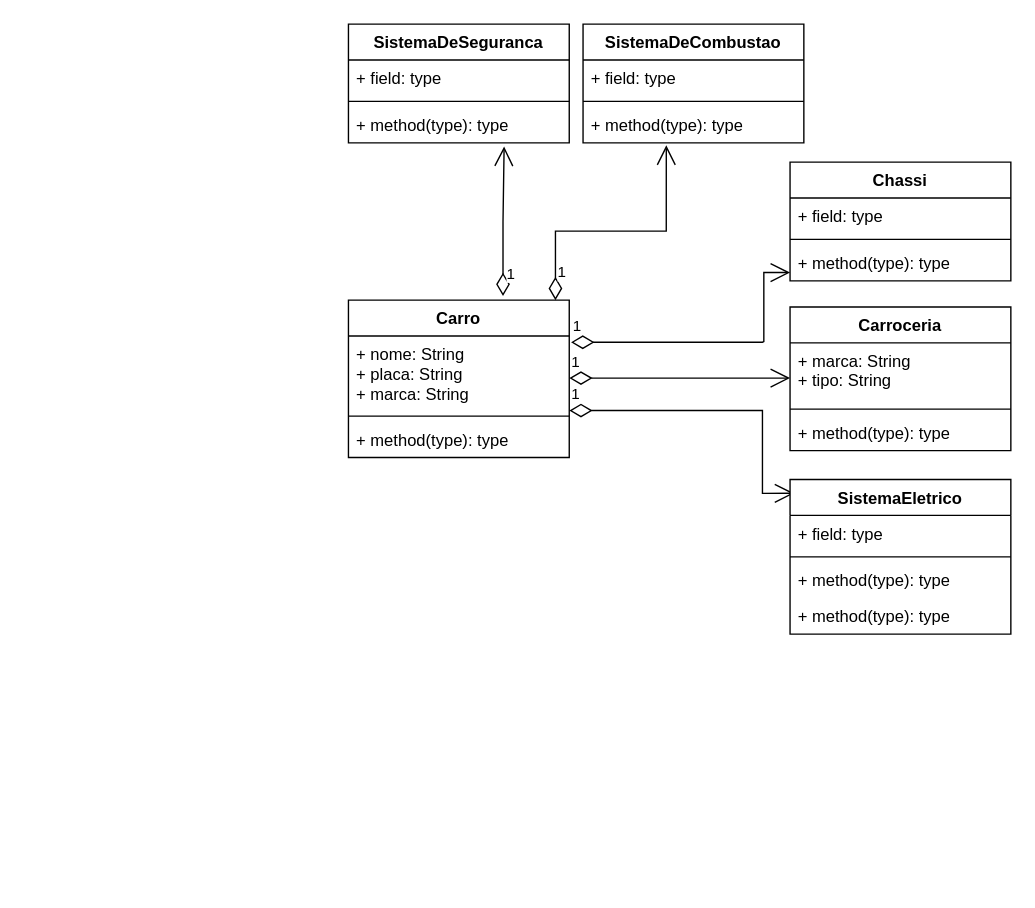
The draw.io diagram Aula_02/Exercicios/ex002.drawio in Gabi-r7/Programacao_1_Cpp, before the edit. Source tidied: cells renumbered, new cells numbered last; positions are measured from the earlier drawing's top-left corner, leaving out a move shared by most shapes. Both pictures are drawn from the tidied source at 138%, with x=0, y=0 at pixel (348, 23).
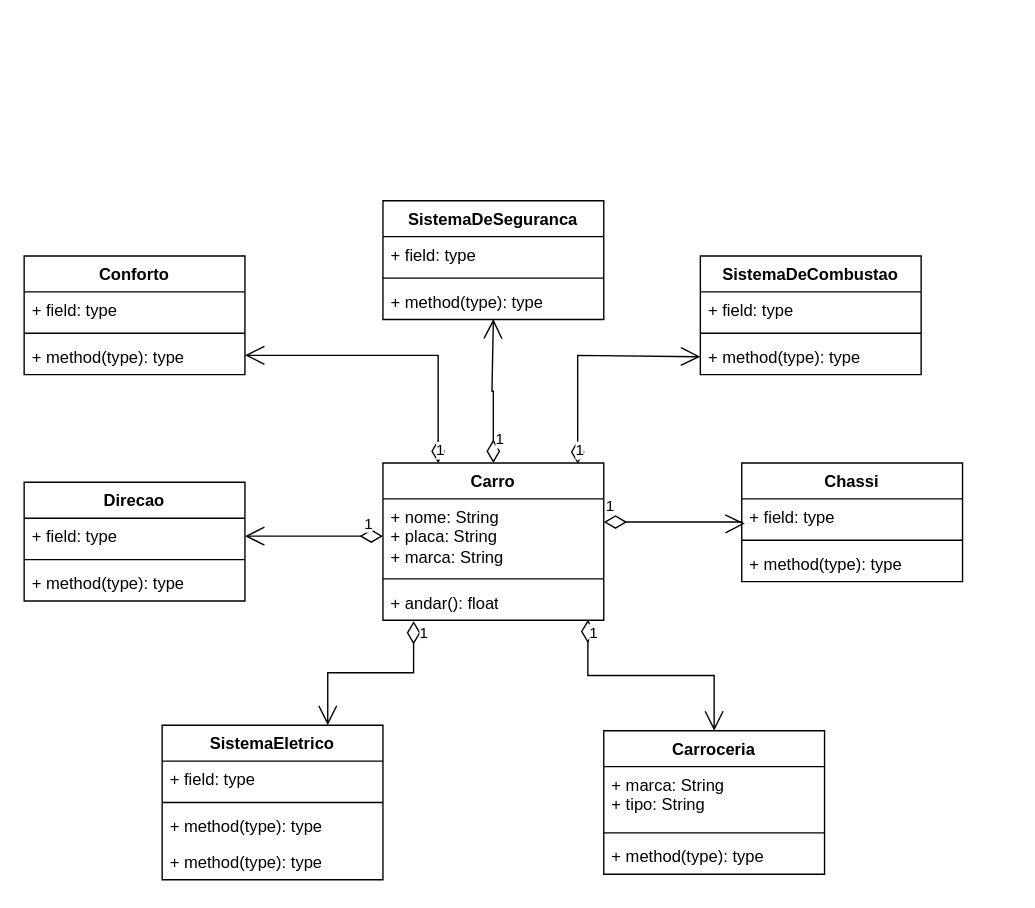
Above is the later version.

Unchanged cells that the change refers to:
```xml
<mxCell id="3" value="+ nome: String&lt;div&gt;+ placa: String&lt;/div&gt;&lt;div&gt;+ marca: String&lt;/div&gt;" style="text;strokeColor=none;fillColor=none;align=left;verticalAlign=top;spacingLeft=4;spacingRight=4;overflow=hidden;points=[[0,0.5],[1,0.5]];portConstraint=eastwest;whiteSpace=wrap;html=1;" parent="2" vertex="1">
  <mxGeometry y="26" width="160" height="54" as="geometry" />
</mxCell>
<mxCell id="19" value="+ field: type" style="text;strokeColor=none;fillColor=none;align=left;verticalAlign=top;spacingLeft=4;spacingRight=4;overflow=hidden;points=[[0,0.5],[1,0.5]];portConstraint=eastwest;whiteSpace=wrap;html=1;" parent="18" vertex="1">
  <mxGeometry y="26" width="160" height="26" as="geometry" />
</mxCell>
<mxCell id="26" value="+ method(type): type" style="text;strokeColor=none;fillColor=none;align=left;verticalAlign=top;spacingLeft=4;spacingRight=4;overflow=hidden;points=[[0,0.5],[1,0.5]];portConstraint=eastwest;whiteSpace=wrap;html=1;" parent="23" vertex="1">
  <mxGeometry y="60" width="160" height="26" as="geometry" />
</mxCell>
<mxCell id="30" value="+ method(type): type" style="text;strokeColor=none;fillColor=none;align=left;verticalAlign=top;spacingLeft=4;spacingRight=4;overflow=hidden;points=[[0,0.5],[1,0.5]];portConstraint=eastwest;whiteSpace=wrap;html=1;" parent="27" vertex="1">
  <mxGeometry y="60" width="160" height="26" as="geometry" />
</mxCell>
```

Diff of the diagram source:
```diff
@@
     <mxCell id="2" value="Carro" style="swimlane;fontStyle=1;align=center;verticalAlign=top;horizontal=1;startSize=26;whiteSpace=wrap;html=1;" parent="1" vertex="1">
-      <mxGeometry y="200" width="160" height="114" as="geometry" />
+      <mxGeometry x="25" y="318" width="160" height="114" as="geometry" />
     </mxCell>
@@
-    <mxCell id="5" value="+ method(type): type" style="text;strokeColor=none;fillColor=none;align=left;verticalAlign=top;spacingLeft=4;spacingRight=4;overflow=hidden;points=[[0,0.5],[1,0.5]];portConstraint=eastwest;whiteSpace=wrap;html=1;" parent="2" vertex="1">
+    <mxCell id="5" value="+ andar(): float" style="text;strokeColor=none;fillColor=none;align=left;verticalAlign=top;spacingLeft=4;spacingRight=4;overflow=hidden;points=[[0,0.5],[1,0.5]];portConstraint=eastwest;whiteSpace=wrap;html=1;" parent="2" vertex="1">
       <mxGeometry y="88" width="160" height="26" as="geometry" />
     </mxCell>
-    <mxCell id="6" value="1" style="endArrow=open;html=1;endSize=12;startArrow=diamondThin;startSize=14;startFill=0;edgeStyle=orthogonalEdgeStyle;align=left;verticalAlign=bottom;rounded=0;" parent="1" edge="1">
-      <mxGeometry x="-1" y="3" relative="1" as="geometry">
-        <mxPoint x="160" y="256.5" as="sourcePoint" />
-        <mxPoint x="320" y="256.5" as="targetPoint" />
-      </mxGeometry>
-    </mxCell>
     <mxCell id="7" value="Carroceria" style="swimlane;fontStyle=1;align=center;verticalAlign=top;horizontal=1;startSize=26;whiteSpace=wrap;html=1;" parent="1" vertex="1">
-      <mxGeometry x="320" y="205" width="160" height="104" as="geometry" />
+      <mxGeometry x="185" y="512" width="160" height="104" as="geometry" />
     </mxCell>
@@
-    <mxCell id="11" value="1" style="endArrow=open;html=1;endSize=12;startArrow=diamondThin;startSize=14;startFill=0;edgeStyle=orthogonalEdgeStyle;align=left;verticalAlign=bottom;rounded=0;exitX=1.006;exitY=-0.038;exitDx=0;exitDy=0;exitPerimeter=0;entryX=0.019;entryY=0.089;entryDx=0;entryDy=0;entryPerimeter=0;" parent="1" edge="1" target="12">
-      <mxGeometry x="-1" y="3" relative="1" as="geometry">
-        <mxPoint x="160" y="280" as="sourcePoint" />
-        <Array as="points">
-          <mxPoint x="300" y="280" />
-          <mxPoint x="300" y="340" />
-        </Array>
-      </mxGeometry>
-    </mxCell>
     <mxCell id="12" value="SistemaEletrico" style="swimlane;fontStyle=1;align=center;verticalAlign=top;horizontal=1;startSize=26;whiteSpace=wrap;html=1;" parent="1" vertex="1">
-      <mxGeometry x="320" y="330" width="160" height="112" as="geometry" />
+      <mxGeometry x="-135" y="508" width="160" height="112" as="geometry" />
     </mxCell>
@@
-    <mxCell id="17" value="1" style="endArrow=open;html=1;endSize=12;startArrow=diamondThin;startSize=14;startFill=0;edgeStyle=orthogonalEdgeStyle;align=left;verticalAlign=bottom;rounded=0;entryX=-0.008;entryY=-0.019;entryDx=0;entryDy=0;entryPerimeter=0;" parent="1" edge="1">
-      <mxGeometry x="-1" y="3" relative="1" as="geometry">
-        <mxPoint x="161.3" y="230.5" as="sourcePoint" />
-        <mxPoint x="320" y="180" as="targetPoint" />
-        <Array as="points">
-          <mxPoint x="300" y="231" />
-          <mxPoint x="301" y="230" />
-          <mxPoint x="301" y="180" />
-        </Array>
-      </mxGeometry>
-    </mxCell>
     <mxCell id="18" value="Chassi" style="swimlane;fontStyle=1;align=center;verticalAlign=top;horizontal=1;startSize=26;whiteSpace=wrap;html=1;" parent="1" vertex="1">
-      <mxGeometry x="320" y="100" width="160" height="86" as="geometry" />
+      <mxGeometry x="285" y="318" width="160" height="86" as="geometry" />
     </mxCell>
@@
-    <mxCell id="22" value="1" style="endArrow=open;html=1;endSize=12;startArrow=diamondThin;startSize=14;startFill=0;edgeStyle=orthogonalEdgeStyle;align=left;verticalAlign=bottom;rounded=0;exitX=0.895;exitY=0.002;exitDx=0;exitDy=0;exitPerimeter=0;entryX=0.377;entryY=1.071;entryDx=0;entryDy=0;entryPerimeter=0;" parent="1" edge="1" target="26">
-      <mxGeometry x="-0.89" relative="1" as="geometry">
-        <mxPoint x="150" y="200" as="sourcePoint" />
-        <Array as="points">
-          <mxPoint x="150" y="150" />
-          <mxPoint x="230" y="150" />
-        </Array>
-      </mxGeometry>
-    </mxCell>
     <mxCell id="23" value="SistemaDeCombustao" style="swimlane;fontStyle=1;align=center;verticalAlign=top;horizontal=1;startSize=26;whiteSpace=wrap;html=1;" parent="1" vertex="1">
-      <mxGeometry x="170" width="160" height="86" as="geometry" />
+      <mxGeometry x="255" y="168" width="160" height="86" as="geometry" />
     </mxCell>
@@
     <mxCell id="27" value="SistemaDeSeguranca" style="swimlane;fontStyle=1;align=center;verticalAlign=top;horizontal=1;startSize=26;whiteSpace=wrap;html=1;" parent="1" vertex="1">
-      <mxGeometry width="160" height="86" as="geometry" />
+      <mxGeometry x="25" y="128" width="160" height="86" as="geometry" />
     </mxCell>
@@
+    <mxCell id="32" value="Conforto" style="swimlane;fontStyle=1;align=center;verticalAlign=top;horizontal=1;startSize=26;whiteSpace=wrap;html=1;" parent="1" vertex="1">
+      <mxGeometry x="-235" y="168" width="160" height="86" as="geometry" />
+    </mxCell>
+    <mxCell id="33" value="+ field: type" style="text;strokeColor=none;fillColor=none;align=left;verticalAlign=top;spacingLeft=4;spacingRight=4;overflow=hidden;whiteSpace=wrap;html=1;" parent="32" vertex="1">
+      <mxGeometry y="26" width="160" height="26" as="geometry" />
+    </mxCell>
+    <mxCell id="34" style="line;strokeWidth=1;fillColor=none;align=left;verticalAlign=middle;spacingTop=-1;spacingLeft=3;spacingRight=3;labelPosition=right;strokeColor=inherit;" parent="32" vertex="1">
+      <mxGeometry y="52" width="160" height="8" as="geometry" />
+    </mxCell>
+    <mxCell id="35" value="+ method(type): type" style="text;strokeColor=none;fillColor=none;align=left;verticalAlign=top;spacingLeft=4;spacingRight=4;overflow=hidden;points=[[0,0.5],[1,0.5]];portConstraint=eastwest;whiteSpace=wrap;html=1;" parent="32" vertex="1">
+      <mxGeometry y="60" width="160" height="26" as="geometry" />
+    </mxCell>
+    <mxCell id="36" value="Direcao" style="swimlane;fontStyle=1;align=center;verticalAlign=top;horizontal=1;startSize=26;whiteSpace=wrap;html=1;" parent="1" vertex="1">
+      <mxGeometry x="-235" y="332" width="160" height="86" as="geometry" />
+    </mxCell>
+    <mxCell id="37" value="+ field: type" style="text;strokeColor=none;fillColor=none;align=left;verticalAlign=top;spacingLeft=4;spacingRight=4;overflow=hidden;points=[[0,0.5],[1,0.5]];portConstraint=eastwest;whiteSpace=wrap;html=1;" parent="36" vertex="1">
+      <mxGeometry y="26" width="160" height="26" as="geometry" />
+    </mxCell>
+    <mxCell id="38" style="line;strokeWidth=1;fillColor=none;align=left;verticalAlign=middle;spacingTop=-1;spacingLeft=3;spacingRight=3;labelPosition=right;strokeColor=inherit;" parent="36" vertex="1">
+      <mxGeometry y="52" width="160" height="8" as="geometry" />
+    </mxCell>
+    <mxCell id="39" value="+ method(type): type" style="text;strokeColor=none;fillColor=none;align=left;verticalAlign=top;spacingLeft=4;spacingRight=4;overflow=hidden;whiteSpace=wrap;html=1;" parent="36" vertex="1">
+      <mxGeometry y="60" width="160" height="26" as="geometry" />
+    </mxCell>
-    <mxCell id="31" value="1" style="endArrow=open;html=1;endSize=12;startArrow=diamondThin;startSize=14;startFill=0;edgeStyle=orthogonalEdgeStyle;align=left;verticalAlign=bottom;rounded=0;exitX=0.7;exitY=-0.026;exitDx=0;exitDy=0;exitPerimeter=0;entryX=0.705;entryY=1.103;entryDx=0;entryDy=0;entryPerimeter=0;" parent="1" edge="1" source="2" target="30">
-      <mxGeometry x="-0.87" y="-1" relative="1" as="geometry">
+    <mxCell id="31" value="1" style="endArrow=open;html=1;endSize=12;startArrow=diamondThin;startSize=14;startFill=0;edgeStyle=orthogonalEdgeStyle;align=left;verticalAlign=bottom;rounded=0;exitX=0.5;exitY=0;exitDx=0;exitDy=0;entryX=0.5;entryY=0.99;entryDx=0;entryDy=0;entryPerimeter=0;" parent="1" edge="1" source="2" target="30">
+      <mxGeometry x="-0.85" relative="1" as="geometry">
         <Array as="points">
-          <mxPoint x="112" y="143" />
-          <mxPoint x="113" y="143" />
+          <mxPoint x="105" y="266" />
+          <mxPoint x="104" y="266" />
+          <mxPoint x="104" y="214" />
         </Array>
       </mxGeometry>
     </mxCell>
+    <mxCell id="40" value="1" style="endArrow=open;html=1;endSize=12;startArrow=diamondThin;startSize=14;startFill=0;edgeStyle=orthogonalEdgeStyle;align=left;verticalAlign=bottom;rounded=0;exitX=0.882;exitY=0.004;exitDx=0;exitDy=0;exitPerimeter=0;entryX=0;entryY=0.5;entryDx=0;entryDy=0;" parent="1" edge="1" source="2" target="26">
+      <mxGeometry x="-1" y="3" relative="1" as="geometry">
+        <Array as="points">
+          <mxPoint x="166" y="240" />
+          <mxPoint x="255" y="240" />
+        </Array>
+      </mxGeometry>
+    </mxCell>
+    <mxCell id="41" value="1" style="endArrow=open;html=1;endSize=12;startArrow=diamondThin;startSize=14;startFill=0;edgeStyle=orthogonalEdgeStyle;align=left;verticalAlign=bottom;rounded=0;entryX=0.014;entryY=0.687;entryDx=0;entryDy=0;entryPerimeter=0;" parent="1" edge="1" target="19">
+      <mxGeometry x="-1" y="3" relative="1" as="geometry">
+        <mxPoint x="185" y="360.8" as="sourcePoint" />
+        <Array as="points">
+          <mxPoint x="285" y="361" />
+          <mxPoint x="285" y="362" />
+        </Array>
+      </mxGeometry>
+    </mxCell>
+    <mxCell id="42" value="1" style="endArrow=open;html=1;endSize=12;startArrow=diamondThin;startSize=14;startFill=0;edgeStyle=orthogonalEdgeStyle;align=left;verticalAlign=bottom;rounded=0;exitX=0.928;exitY=0.985;exitDx=0;exitDy=0;exitPerimeter=0;entryX=0.5;entryY=0;entryDx=0;entryDy=0;" parent="1" edge="1" source="5" target="7">
+      <mxGeometry x="-0.79" relative="1" as="geometry" />
+    </mxCell>
+    <mxCell id="43" value="1" style="endArrow=open;html=1;endSize=12;startArrow=diamondThin;startSize=14;startFill=0;edgeStyle=orthogonalEdgeStyle;align=left;verticalAlign=bottom;rounded=0;entryX=0.75;entryY=0;entryDx=0;entryDy=0;exitX=0.139;exitY=1.023;exitDx=0;exitDy=0;exitPerimeter=0;" parent="1" edge="1" source="5" target="12">
+      <mxGeometry x="-0.75" y="3" relative="1" as="geometry" />
+    </mxCell>
+    <mxCell id="44" value="1" style="endArrow=open;html=1;endSize=12;startArrow=diamondThin;startSize=14;startFill=0;edgeStyle=orthogonalEdgeStyle;align=left;verticalAlign=bottom;rounded=0;exitX=0.25;exitY=0;exitDx=0;exitDy=0;" parent="1" edge="1" source="2" target="35">
+      <mxGeometry x="-1" y="3" relative="1" as="geometry">
+        <Array as="points">
+          <mxPoint x="65" y="240" />
+        </Array>
+      </mxGeometry>
+    </mxCell>
+    <mxCell id="45" value="1" style="endArrow=open;html=1;endSize=12;startArrow=diamondThin;startSize=14;startFill=0;edgeStyle=orthogonalEdgeStyle;align=left;verticalAlign=bottom;rounded=0;entryX=1;entryY=0.5;entryDx=0;entryDy=0;exitX=0;exitY=0.5;exitDx=0;exitDy=0;" parent="1" edge="1" source="3" target="37">
+      <mxGeometry x="-0.7" relative="1" as="geometry" />
+    </mxCell>
```
